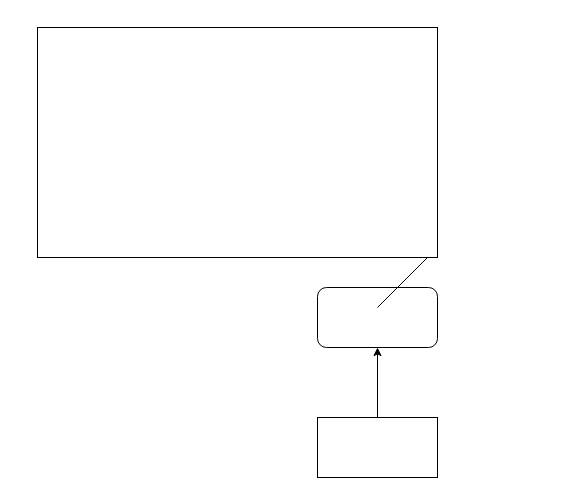
Before: Untitled Diagram.drawio in KevinCordoba/Proyecto_POO_1, a draw.io diagram. Source tidied: cells renumbered, new cells numbered last; positions are measured from the earlier drawing's top-left corner, leaving out a move shared by most shapes. Both pictures are drawn from the tidied source at 100%, with x=0, y=0 at pixel (37, 27).
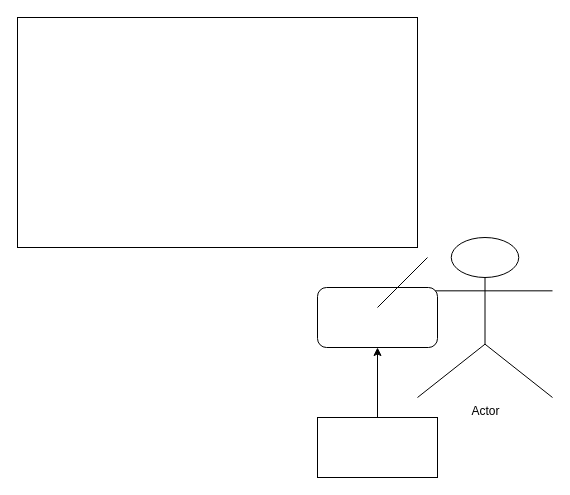
After the change.

What changed in the source:
```diff
@@
 <mxGraphModel>
   <root>
     <mxCell id="0" />
     <mxCell id="1" parent="0" />
     <mxCell id="2" style="rounded=0;whiteSpace=wrap;html=1;" parent="1" vertex="1">
-      <mxGeometry width="400" height="230" as="geometry" />
+      <mxGeometry x="-20" y="-10" width="400" height="230" as="geometry" />
     </mxCell>
+    <mxCell id="7" value="Actor" style="shape=umlActor;verticalLabelPosition=bottom;verticalAlign=top;html=1;" parent="1" vertex="1">
+      <mxGeometry x="380" y="210" width="135" height="160" as="geometry" />
+    </mxCell>
     <mxCell id="3" style="rounded=1;whiteSpace=wrap;html=1;" parent="1" vertex="1">
       <mxGeometry x="280" y="260" width="120" height="60" as="geometry" />
     </mxCell>
     <mxCell id="4" style="edgeStyle=orthogonalEdgeStyle;rounded=0;jettySize=auto;html=1;exitX=0.5;exitY=0;exitDx=0;exitDy=0;entryX=0.5;entryY=1;entryDx=0;entryDy=0;" parent="1" edge="1" source="5" target="3">
       <mxGeometry relative="1" as="geometry" />
     </mxCell>
     <mxCell id="5" style="rounded=0;whiteSpace=wrap;html=1;" parent="1" vertex="1">
       <mxGeometry x="280" y="390" width="120" height="60" as="geometry" />
     </mxCell>
     <mxCell id="6" style="endArrow=none;html=1;" parent="1" edge="1">
       <mxGeometry relative="1" as="geometry">
         <mxPoint x="340" y="280" as="sourcePoint" />
         <mxPoint x="390" y="230" as="targetPoint" />
       </mxGeometry>
     </mxCell>
   </root>
 </mxGraphModel>
```
